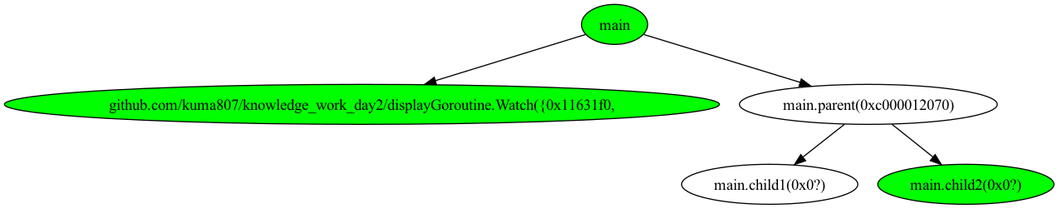
The Graphviz diagram main_testGoroutine/tree_4.png in kuma807/knowledge_work_day2, before a commit. Its source is kept beside it as main_testGoroutine/tree_4.dot.
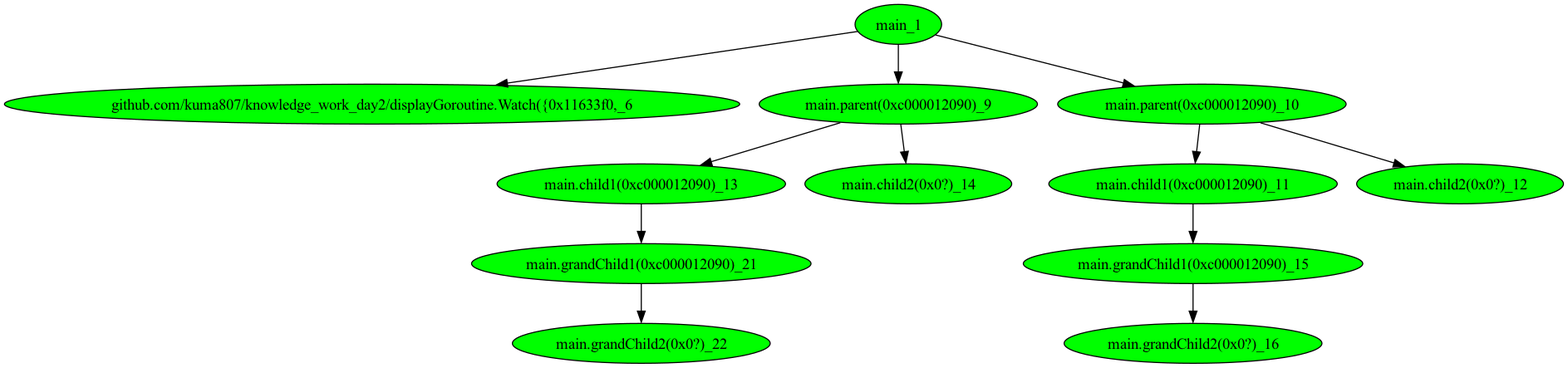
Later version of the same file.

The edit, as a diff of the source:
```diff
@@ -1,12 +1,26 @@
 digraph G {
-	"main"->"github.com/kuma807/knowledge_work_day2/displayGoroutine.Watch({0x11631f0,";
-	"main"->"main.parent(0xc000012070)";
-	"main.parent(0xc000012070)"->"main.child1(0x0?)";
-	"main.parent(0xc000012070)"->"main.child2(0x0?)";
-	"github.com/kuma807/knowledge_work_day2/displayGoroutine.Watch({0x11631f0," [ fillcolor="#00FF00", style="solid,filled" ];
-	"main" [ fillcolor="#00FF00", style="solid,filled" ];
-	"main.child1(0x0?)";
-	"main.child2(0x0?)" [ fillcolor="#00FF00", style="solid,filled" ];
-	"main.parent(0xc000012070)";
+	"main_1"->"github.com/kuma807/knowledge_work_day2/displayGoroutine.Watch({0x11633f0,_6";
+	"main_1"->"main.parent(0xc000012090)_9";
+	"main_1"->"main.parent(0xc000012090)_10";
+	"main.parent(0xc000012090)_10"->"main.child1(0xc000012090)_11";
+	"main.parent(0xc000012090)_10"->"main.child2(0x0?)_12";
+	"main.parent(0xc000012090)_9"->"main.child1(0xc000012090)_13";
+	"main.parent(0xc000012090)_9"->"main.child2(0x0?)_14";
+	"main.child1(0xc000012090)_11"->"main.grandChild1(0xc000012090)_15";
+	"main.grandChild1(0xc000012090)_15"->"main.grandChild2(0x0?)_16";
+	"main.child1(0xc000012090)_13"->"main.grandChild1(0xc000012090)_21";
+	"main.grandChild1(0xc000012090)_21"->"main.grandChild2(0x0?)_22";
+	"github.com/kuma807/knowledge_work_day2/displayGoroutine.Watch({0x11633f0,_6" [ fillcolor="#00FF00", style="solid,filled" ];
+	"main.child1(0xc000012090)_11" [ fillcolor="#00FF00", style="solid,filled" ];
+	"main.child1(0xc000012090)_13" [ fillcolor="#00FF00", style="solid,filled" ];
+	"main.child2(0x0?)_12" [ fillcolor="#00FF00", style="solid,filled" ];
+	"main.child2(0x0?)_14" [ fillcolor="#00FF00", style="solid,filled" ];
+	"main.grandChild1(0xc000012090)_15" [ fillcolor="#00FF00", style="solid,filled" ];
+	"main.grandChild1(0xc000012090)_21" [ fillcolor="#00FF00", style="solid,filled" ];
+	"main.grandChild2(0x0?)_16" [ fillcolor="#00FF00", style="solid,filled" ];
+	"main.grandChild2(0x0?)_22" [ fillcolor="#00FF00", style="solid,filled" ];
+	"main.parent(0xc000012090)_10" [ fillcolor="#00FF00", style="solid,filled" ];
+	"main.parent(0xc000012090)_9" [ fillcolor="#00FF00", style="solid,filled" ];
+	"main_1" [ fillcolor="#00FF00", style="solid,filled" ];
 
 }
```
